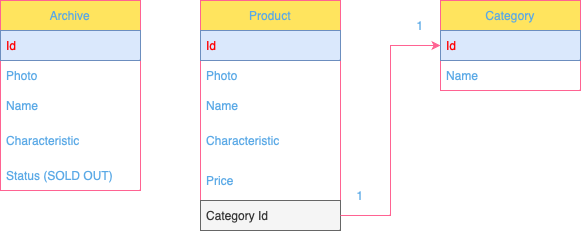
Earlier version of the draw.io export docs/DatabaseGraph.drawio.png (VyacheslavShrot/online_store_2023). Source tidied: cells renumbered, new cells last; positions are measured from the earlier drawing's top-left corner, leaving out a move shared by most shapes.
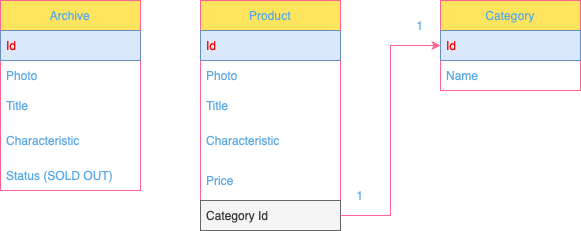
Above is the later version.

Change to the diagram source:
```diff
@@ -11,7 +11,7 @@
     <mxCell id="4" value="Photo" style="text;strokeColor=none;fillColor=none;align=left;verticalAlign=middle;spacingLeft=4;spacingRight=4;overflow=hidden;whiteSpace=wrap;html=1;labelBackgroundColor=none;fontColor=#5AA9E6;" parent="2" vertex="1">
       <mxGeometry y="60" width="140" height="30" as="geometry" />
     </mxCell>
-    <mxCell id="5" value="Name" style="text;strokeColor=none;fillColor=none;align=left;verticalAlign=middle;spacingLeft=4;spacingRight=4;overflow=hidden;whiteSpace=wrap;html=1;labelBackgroundColor=none;fontColor=#5AA9E6;" parent="2" vertex="1">
+    <mxCell id="5" value="Title" style="text;strokeColor=none;fillColor=none;align=left;verticalAlign=middle;spacingLeft=4;spacingRight=4;overflow=hidden;whiteSpace=wrap;html=1;labelBackgroundColor=none;fontColor=#5AA9E6;" parent="2" vertex="1">
       <mxGeometry y="90" width="140" height="30" as="geometry" />
     </mxCell>
     <mxCell id="6" value="Characteristic" style="text;strokeColor=none;fillColor=none;align=left;verticalAlign=middle;spacingLeft=4;spacingRight=4;overflow=hidden;whiteSpace=wrap;html=1;labelBackgroundColor=none;fontColor=#5AA9E6;" parent="2" vertex="1">
@@ -47,7 +47,7 @@
     <mxCell id="16" value="Photo" style="text;strokeColor=none;fillColor=none;align=left;verticalAlign=middle;spacingLeft=4;spacingRight=4;overflow=hidden;whiteSpace=wrap;html=1;fontColor=#5AA9E6;" parent="14" vertex="1">
       <mxGeometry y="60" width="140" height="30" as="geometry" />
     </mxCell>
-    <mxCell id="17" value="Name" style="text;strokeColor=none;fillColor=none;align=left;verticalAlign=middle;spacingLeft=4;spacingRight=4;overflow=hidden;whiteSpace=wrap;html=1;fontColor=#5AA9E6;" parent="14" vertex="1">
+    <mxCell id="17" value="Title" style="text;strokeColor=none;fillColor=none;align=left;verticalAlign=middle;spacingLeft=4;spacingRight=4;overflow=hidden;whiteSpace=wrap;html=1;fontColor=#5AA9E6;" parent="14" vertex="1">
       <mxGeometry y="90" width="140" height="30" as="geometry" />
     </mxCell>
     <mxCell id="18" value="Characteristic" style="text;strokeColor=none;fillColor=none;align=left;verticalAlign=middle;spacingLeft=4;spacingRight=4;overflow=hidden;whiteSpace=wrap;html=1;fontColor=#5AA9E6;" parent="14" vertex="1">
```
